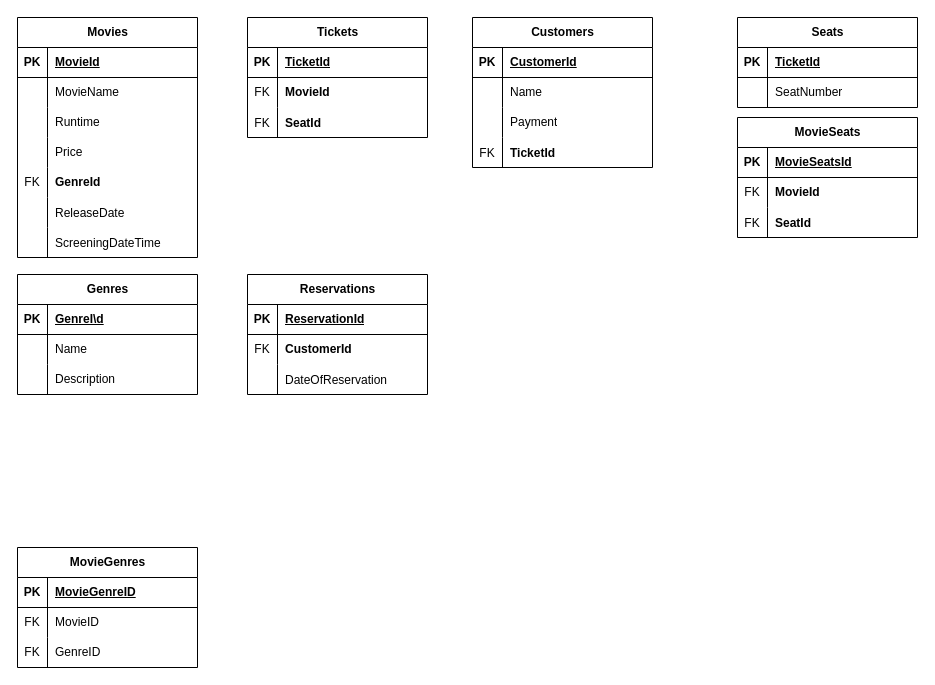
Earlier version of the draw.io diagram erd/CineWave.drawio (pitzzahh/CineWave). Source tidied: cells renumbered, new cells numbered last; positions are measured from the earlier drawing's top-left corner, leaving out a move shared by most shapes. Both pictures are drawn from the tidied source at 100%, with x=0, y=0 at pixel (17, 17).
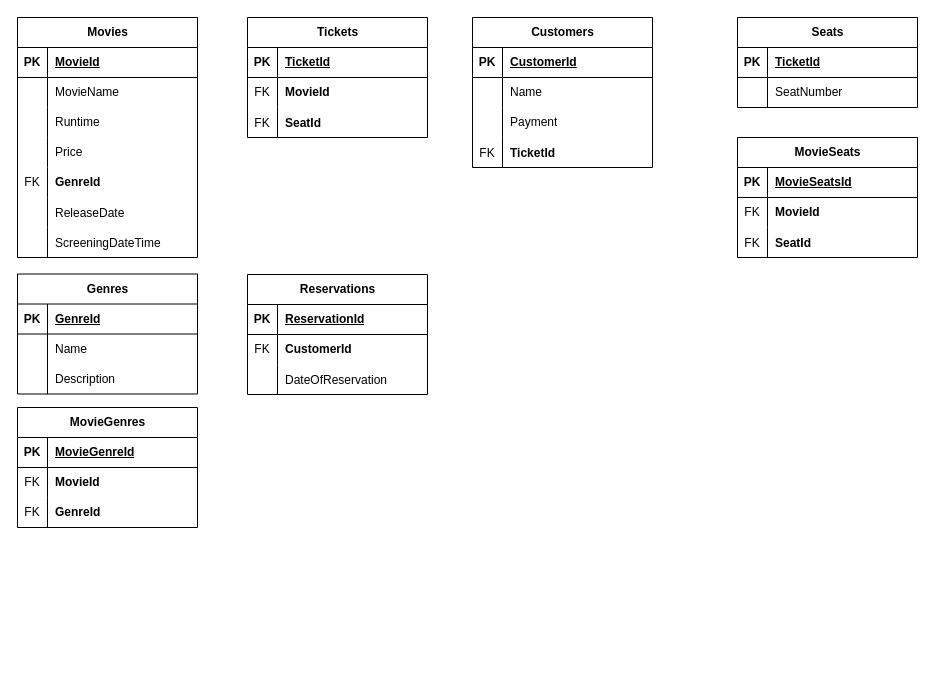
Above is the later version.

The change refers to these unchanged cells:
```xml
<mxCell id="25" style="shape=tableRow;horizontal=0;startSize=0;swimlaneHead=0;swimlaneBody=0;fillColor=none;top=0;left=0;right=0;bottom=1;" parent="24" vertex="1">
  <mxGeometry y="30" width="180" height="30" as="geometry" />
</mxCell>
<mxCell id="35" style="shape=tableRow;horizontal=0;startSize=0;swimlaneHead=0;swimlaneBody=0;fillColor=none;top=0;left=0;right=0;bottom=1;" parent="34" vertex="1">
  <mxGeometry y="30" width="180" height="30" as="geometry" />
</mxCell>
<mxCell id="38" style="shape=tableRow;horizontal=0;startSize=0;swimlaneHead=0;swimlaneBody=0;fillColor=none;top=0;left=0;right=0;bottom=0;" parent="34" vertex="1">
  <mxGeometry y="60" width="180" height="30" as="geometry" />
</mxCell>
<mxCell id="41" style="shape=tableRow;horizontal=0;startSize=0;swimlaneHead=0;swimlaneBody=0;fillColor=none;top=0;left=0;right=0;bottom=0;" parent="34" vertex="1">
  <mxGeometry y="90" width="180" height="30" as="geometry" />
</mxCell>
```

What changed in the source:
```diff
@@
     <mxCell id="24" value="Genres" style="shape=table;startSize=30;childLayout=tableLayout;rowLines=0;fontStyle=1;align=center;html=1;" parent="1" vertex="1">
-      <mxGeometry y="257" width="180" height="120" as="geometry" />
+      <mxGeometry y="256.5" width="180" height="120" as="geometry" />
     </mxCell>
@@
-    <mxCell id="27" value="GenreI\d" style="shape=partialRectangle;fillColor=none;top=0;left=0;bottom=0;right=0;align=left;spacingLeft=6;fontStyle=5;overflow=hidden;whiteSpace=wrap;html=1;" parent="25" vertex="1">
+    <mxCell id="27" value="GenreId" style="shape=partialRectangle;fillColor=none;top=0;left=0;bottom=0;right=0;align=left;spacingLeft=6;fontStyle=5;overflow=hidden;whiteSpace=wrap;html=1;" parent="25" vertex="1">
       <mxGeometry x="30" width="150" height="30" as="geometry" />
     </mxCell>
@@
     <mxCell id="34" value="MovieGenres" style="shape=table;startSize=30;childLayout=tableLayout;rowLines=0;fontStyle=1;align=center;html=1;" parent="1" vertex="1">
-      <mxGeometry y="530" width="180" height="120" as="geometry" />
+      <mxGeometry y="390" width="180" height="120" as="geometry" />
     </mxCell>
@@
-    <mxCell id="37" value="MovieGenreID" style="shape=partialRectangle;fillColor=none;top=0;left=0;bottom=0;right=0;align=left;spacingLeft=6;fontStyle=5;overflow=hidden;whiteSpace=wrap;html=1;" parent="35" vertex="1">
+    <mxCell id="37" value="MovieGenreId" style="shape=partialRectangle;fillColor=none;top=0;left=0;bottom=0;right=0;align=left;spacingLeft=6;fontStyle=5;overflow=hidden;whiteSpace=wrap;html=1;" parent="35" vertex="1">
       <mxGeometry x="30" width="150" height="30" as="geometry" />
     </mxCell>
@@
-    <mxCell id="40" value="MovieID" style="shape=partialRectangle;fillColor=none;top=0;left=0;bottom=0;right=0;align=left;spacingLeft=6;fontStyle=0;overflow=hidden;whiteSpace=wrap;html=1;" parent="38" vertex="1">
+    <mxCell id="40" value="MovieId" style="shape=partialRectangle;fillColor=none;top=0;left=0;bottom=0;right=0;align=left;spacingLeft=6;fontStyle=1;overflow=hidden;whiteSpace=wrap;html=1;" parent="38" vertex="1">
       <mxGeometry x="30" width="150" height="30" as="geometry" />
     </mxCell>
@@
-    <mxCell id="43" value="GenreID" style="shape=partialRectangle;fillColor=none;top=0;left=0;bottom=0;right=0;align=left;spacingLeft=6;fontStyle=0;overflow=hidden;whiteSpace=wrap;html=1;" parent="41" vertex="1">
+    <mxCell id="43" value="GenreId" style="shape=partialRectangle;fillColor=none;top=0;left=0;bottom=0;right=0;align=left;spacingLeft=6;fontStyle=1;overflow=hidden;whiteSpace=wrap;html=1;" parent="41" vertex="1">
       <mxGeometry x="30" width="150" height="30" as="geometry" />
     </mxCell>
@@
     <mxCell id="61" value="MovieSeats" style="shape=table;startSize=30;childLayout=tableLayout;rowLines=0;fontStyle=1;align=center;html=1;" parent="1" vertex="1">
-      <mxGeometry x="720" y="100" width="180" height="120" as="geometry" />
+      <mxGeometry x="720" y="120" width="180" height="120" as="geometry" />
     </mxCell>
```
